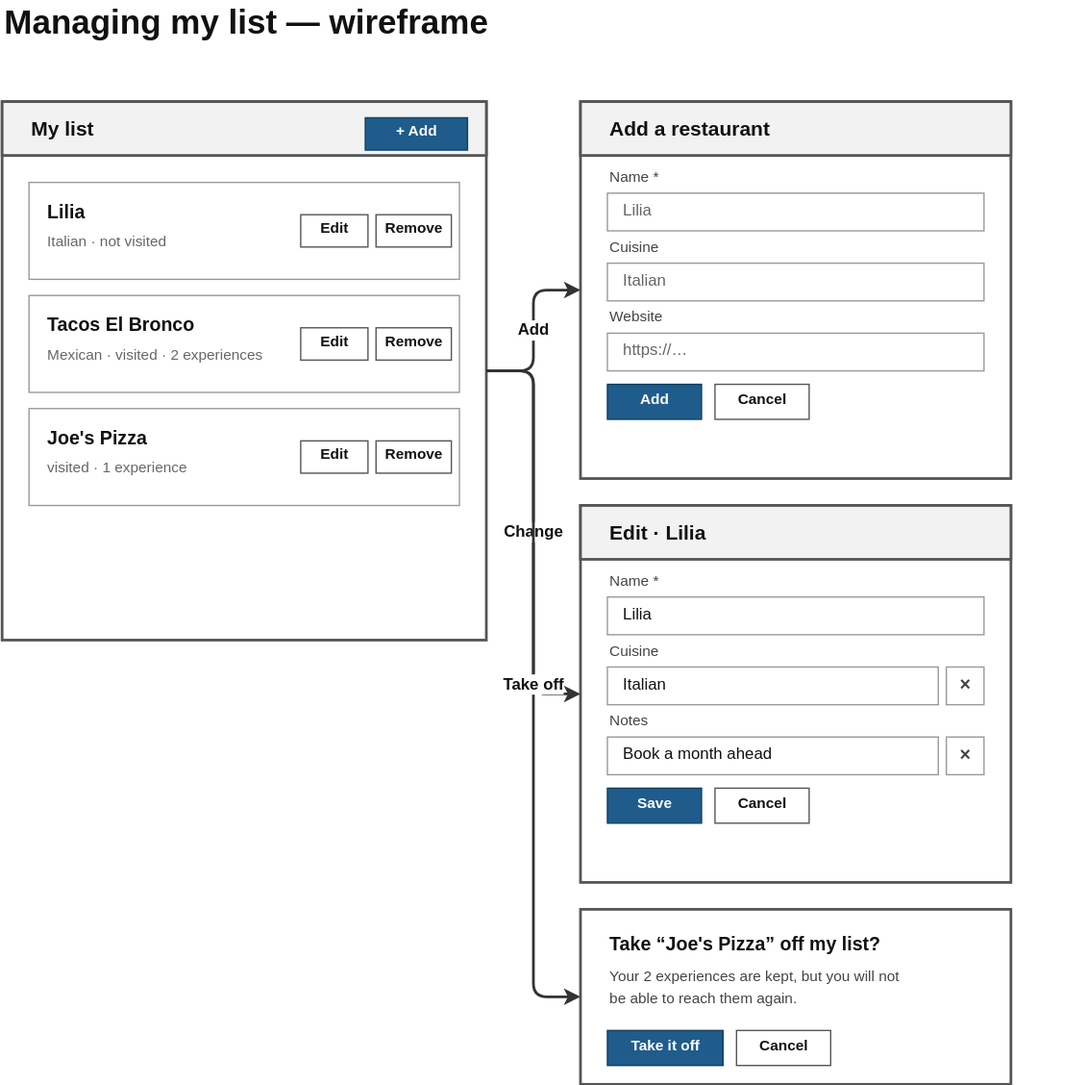
This is docs/features/0001_managing-my-list/managing-my-list.wireframe.drawio.svg from arches/shortlist, a draw.io export, as it was before one commit. Source tidied: cells renumbered, new cells last; positions are measured from the earlier drawing's top-left corner, leaving out a move shared by most shapes.
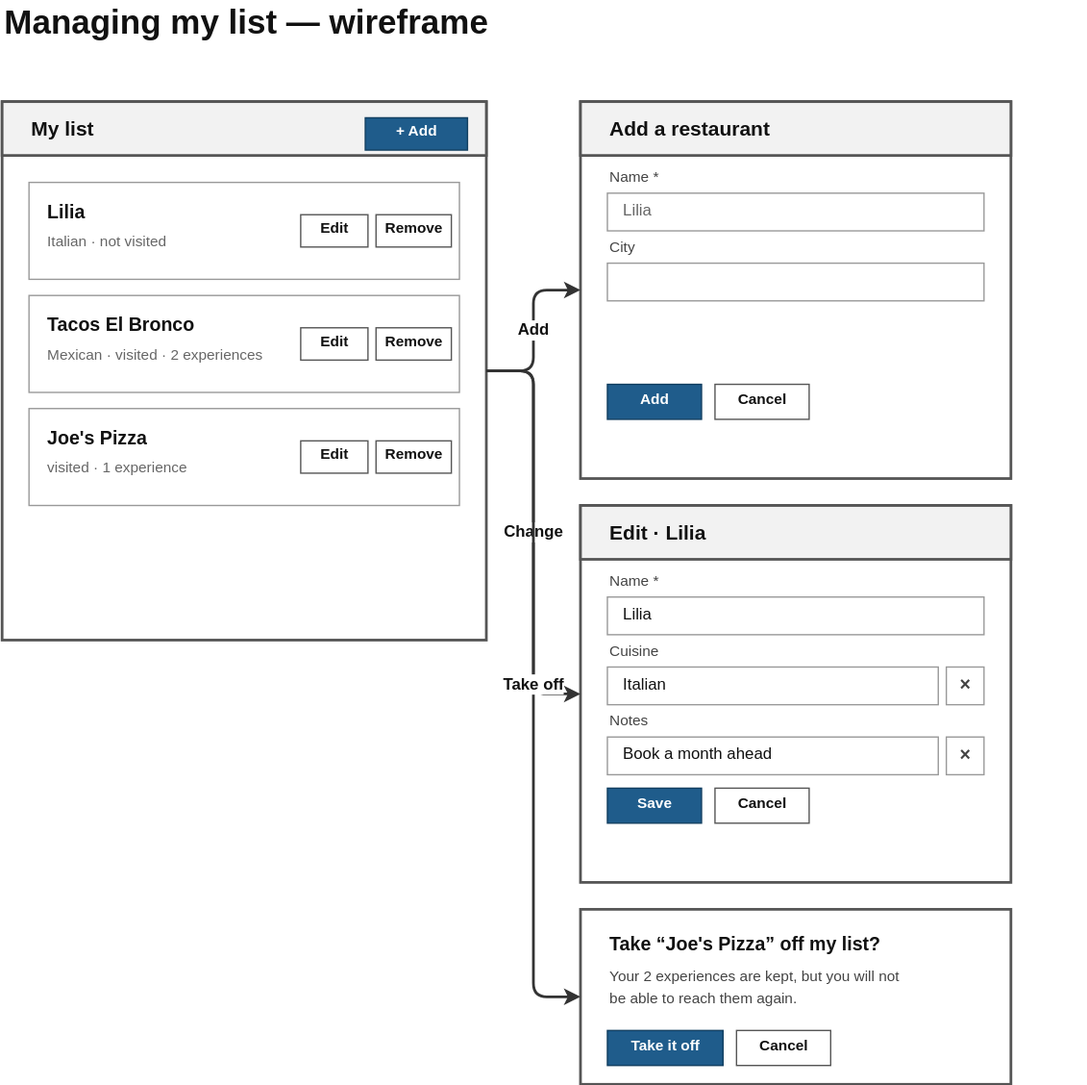
The same file after the commit.

Commit message:
Adding a restaurant only takes name/city, but edit still has all details

Change to the diagram source:
```diff
@@ -50,9 +50,6 @@
     <mxCell id="17" style="rounded=0;html=1;fillColor=#ffffff;strokeColor=#999999;strokeWidth=1;dashed=0;" parent="1" vertex="1">
       <mxGeometry x="450" y="190" width="280" height="28" as="geometry" />
     </mxCell>
-    <mxCell id="18" style="rounded=0;html=1;fillColor=#ffffff;strokeColor=#999999;strokeWidth=1;dashed=0;" parent="1" vertex="1">
-      <mxGeometry x="450" y="242" width="280" height="28" as="geometry" />
-    </mxCell>
     <mxCell id="19" style="rounded=0;html=1;fillColor=#1f5c8b;strokeColor=#123f61;strokeWidth=1;dashed=0;" parent="1" vertex="1">
       <mxGeometry x="450" y="280" width="70" height="26" as="geometry" />
     </mxCell>
@@ -149,18 +146,9 @@
     <mxCell id="50" value="Lilia" style="text;html=1;strokeColor=none;fillColor=none;align=left;verticalAlign=middle;fontSize=12;fontColor=#666666;" parent="1" vertex="1">
       <mxGeometry x="460" y="141" width="180" height="20" as="geometry" />
     </mxCell>
-    <mxCell id="51" value="Cuisine" style="text;html=1;strokeColor=none;fillColor=none;align=left;verticalAlign=middle;fontSize=11;fontColor=#444444;" parent="1" vertex="1">
+    <mxCell id="51" value="City" style="text;html=1;strokeColor=none;fillColor=none;align=left;verticalAlign=middle;fontSize=11;fontColor=#444444;" parent="1" vertex="1">
       <mxGeometry x="450" y="168" width="180" height="20" as="geometry" />
     </mxCell>
-    <mxCell id="52" value="Italian" style="text;html=1;strokeColor=none;fillColor=none;align=left;verticalAlign=middle;fontSize=12;fontColor=#666666;" parent="1" vertex="1">
-      <mxGeometry x="460" y="193" width="180" height="20" as="geometry" />
-    </mxCell>
-    <mxCell id="53" value="Website" style="text;html=1;strokeColor=none;fillColor=none;align=left;verticalAlign=middle;fontSize=11;fontColor=#444444;" parent="1" vertex="1">
-      <mxGeometry x="450" y="220" width="180" height="20" as="geometry" />
-    </mxCell>
-    <mxCell id="54" value="https://…" style="text;html=1;strokeColor=none;fillColor=none;align=left;verticalAlign=middle;fontSize=12;fontColor=#666666;" parent="1" vertex="1">
-      <mxGeometry x="460" y="245" width="180" height="20" as="geometry" />
-    </mxCell>
     <mxCell id="55" value="Add" style="text;html=1;strokeColor=none;fillColor=none;align=center;verticalAlign=middle;fontSize=11;fontColor=#ffffff;fontStyle=1;" parent="1" vertex="1">
       <mxGeometry x="395" y="281" width="180" height="20" as="geometry" />
     </mxCell>
```
